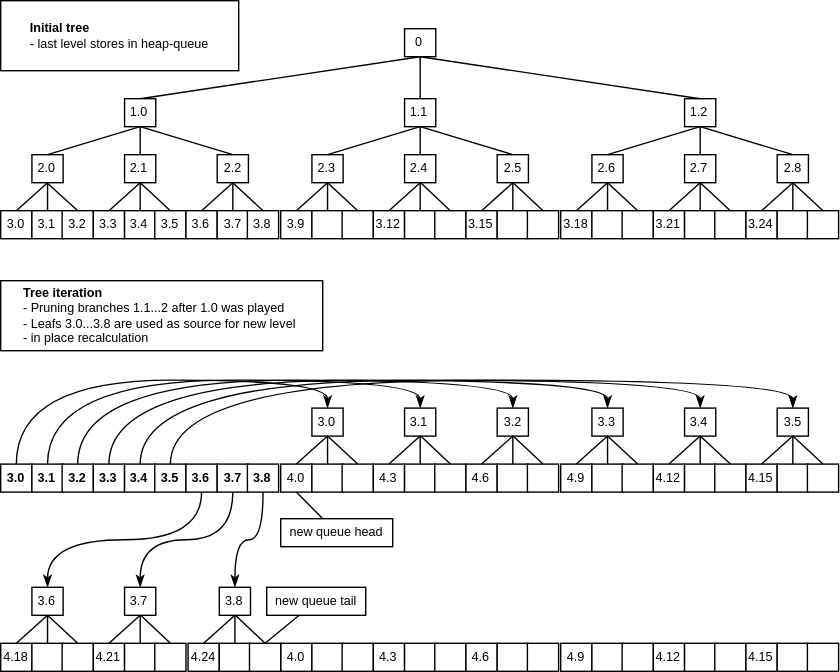
Horolsky/senet keeps this draw.io diagram as docs/drawio/tree_update.svg. Above is the earlier version. Source tidied: cells renumbered, new cells last; positions are measured from the earlier drawing's top-left corner, leaving out a move shared by most shapes.
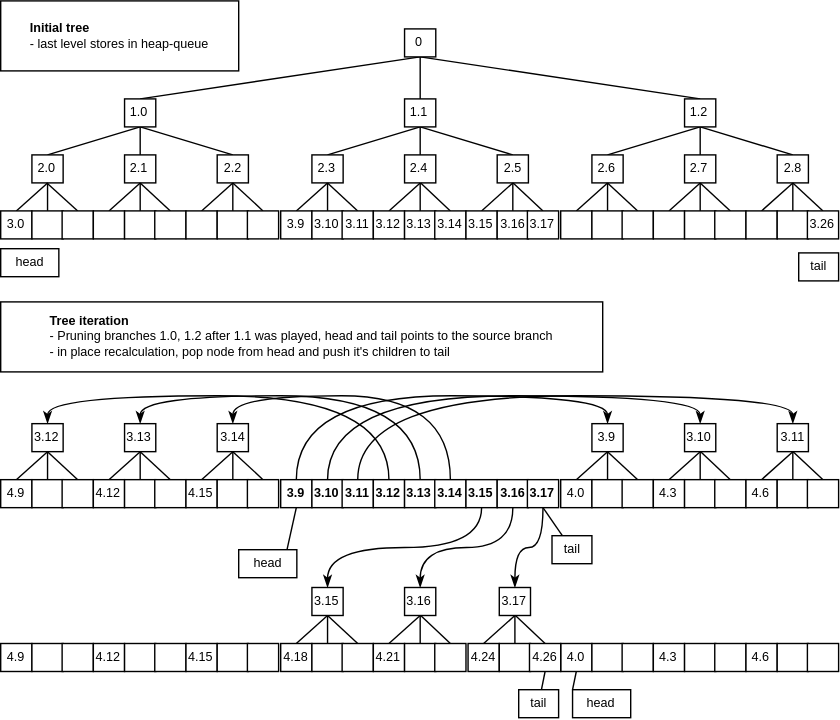
The same diagram one commit later.

Change to the diagram source:
```diff
@@ -27,6 +27,6 @@
     </mxCell>
-    <mxCell id="9" value="3.1&lt;span style=&quot;white-space: pre; font-size: 9px;&quot;&gt;&lt;/span&gt;" style="rounded=0;whiteSpace=wrap;html=1;fontSize=9;" parent="7" vertex="1">
+    <mxCell id="9" style="rounded=0;whiteSpace=wrap;html=1;fontSize=9;" parent="7" vertex="1">
       <mxGeometry x="22.3" width="22.3" height="20" as="geometry" />
     </mxCell>
-    <mxCell id="10" value="3.2" style="rounded=0;whiteSpace=wrap;html=1;fontSize=9;" parent="7" vertex="1">
+    <mxCell id="10" style="rounded=0;whiteSpace=wrap;html=1;fontSize=9;" parent="7" vertex="1">
       <mxGeometry x="43.9" width="22.3" height="20" as="geometry" />
@@ -51,9 +51,9 @@
     </mxCell>
-    <mxCell id="17" value="3.3" style="rounded=0;whiteSpace=wrap;html=1;fontSize=9;" parent="16" vertex="1">
+    <mxCell id="17" style="rounded=0;whiteSpace=wrap;html=1;fontSize=9;" parent="16" vertex="1">
       <mxGeometry width="22.3" height="20" as="geometry" />
     </mxCell>
-    <mxCell id="18" value="3.4" style="rounded=0;whiteSpace=wrap;html=1;fontSize=9;" parent="16" vertex="1">
+    <mxCell id="18" style="rounded=0;whiteSpace=wrap;html=1;fontSize=9;" parent="16" vertex="1">
       <mxGeometry x="22.3" width="22.3" height="20" as="geometry" />
     </mxCell>
-    <mxCell id="19" value="3.5" style="rounded=0;whiteSpace=wrap;html=1;fontSize=9;" parent="16" vertex="1">
+    <mxCell id="19" style="rounded=0;whiteSpace=wrap;html=1;fontSize=9;" parent="16" vertex="1">
       <mxGeometry x="43.9" width="22.3" height="20" as="geometry" />
@@ -78,9 +78,9 @@
     </mxCell>
-    <mxCell id="26" value="3.6" style="rounded=0;whiteSpace=wrap;html=1;fontSize=9;" parent="25" vertex="1">
+    <mxCell id="26" style="rounded=0;whiteSpace=wrap;html=1;fontSize=9;" parent="25" vertex="1">
       <mxGeometry width="22.3" height="20" as="geometry" />
     </mxCell>
-    <mxCell id="27" value="3.7" style="rounded=0;whiteSpace=wrap;html=1;fontSize=9;" parent="25" vertex="1">
+    <mxCell id="27" style="rounded=0;whiteSpace=wrap;html=1;fontSize=9;" parent="25" vertex="1">
       <mxGeometry x="22.3" width="22.3" height="20" as="geometry" />
     </mxCell>
-    <mxCell id="28" value="3.8" style="rounded=0;whiteSpace=wrap;html=1;fontSize=9;" parent="25" vertex="1">
+    <mxCell id="28" style="rounded=0;whiteSpace=wrap;html=1;fontSize=9;" parent="25" vertex="1">
       <mxGeometry x="43.9" width="22.3" height="20" as="geometry" />
@@ -114,6 +114,6 @@
     </mxCell>
-    <mxCell id="38" style="rounded=0;whiteSpace=wrap;html=1;fontSize=9;" parent="36" vertex="1">
+    <mxCell id="38" value="3.10" style="rounded=0;whiteSpace=wrap;html=1;fontSize=9;" parent="36" vertex="1">
       <mxGeometry x="22.3" width="22.3" height="20" as="geometry" />
     </mxCell>
-    <mxCell id="39" style="rounded=0;whiteSpace=wrap;html=1;fontSize=9;" parent="36" vertex="1">
+    <mxCell id="39" value="3.11" style="rounded=0;whiteSpace=wrap;html=1;fontSize=9;" parent="36" vertex="1">
       <mxGeometry x="43.9" width="22.3" height="20" as="geometry" />
@@ -143,6 +143,6 @@
     </mxCell>
-    <mxCell id="47" style="rounded=0;whiteSpace=wrap;html=1;fontSize=9;" parent="45" vertex="1">
+    <mxCell id="47" value="3.13" style="rounded=0;whiteSpace=wrap;html=1;fontSize=9;" parent="45" vertex="1">
       <mxGeometry x="22.3" width="22.3" height="20" as="geometry" />
     </mxCell>
-    <mxCell id="48" style="rounded=0;whiteSpace=wrap;html=1;fontSize=9;" parent="45" vertex="1">
+    <mxCell id="48" value="3.14" style="rounded=0;whiteSpace=wrap;html=1;fontSize=9;" parent="45" vertex="1">
       <mxGeometry x="43.9" width="22.3" height="20" as="geometry" />
@@ -172,6 +172,6 @@
     </mxCell>
-    <mxCell id="56" style="rounded=0;whiteSpace=wrap;html=1;fontSize=9;" parent="54" vertex="1">
+    <mxCell id="56" value="3.16" style="rounded=0;whiteSpace=wrap;html=1;fontSize=9;" parent="54" vertex="1">
       <mxGeometry x="22.3" width="22.3" height="20" as="geometry" />
     </mxCell>
-    <mxCell id="57" style="rounded=0;whiteSpace=wrap;html=1;fontSize=9;" parent="54" vertex="1">
+    <mxCell id="57" value="3.17" style="rounded=0;whiteSpace=wrap;html=1;fontSize=9;" parent="54" vertex="1">
       <mxGeometry x="43.9" width="22.3" height="20" as="geometry" />
@@ -202,3 +202,3 @@
     </mxCell>
-    <mxCell id="66" value="3.18" style="rounded=0;whiteSpace=wrap;html=1;fontSize=9;" parent="65" vertex="1">
+    <mxCell id="66" style="rounded=0;whiteSpace=wrap;html=1;fontSize=9;" parent="65" vertex="1">
       <mxGeometry width="22.3" height="20" as="geometry" />
@@ -229,3 +229,3 @@
     </mxCell>
-    <mxCell id="75" value="3.21" style="rounded=0;whiteSpace=wrap;html=1;fontSize=9;" parent="74" vertex="1">
+    <mxCell id="75" style="rounded=0;whiteSpace=wrap;html=1;fontSize=9;" parent="74" vertex="1">
       <mxGeometry width="22.3" height="20" as="geometry" />
@@ -256,3 +256,3 @@
     </mxCell>
-    <mxCell id="84" value="3.24" style="rounded=0;whiteSpace=wrap;html=1;fontSize=9;" parent="83" vertex="1">
+    <mxCell id="84" style="rounded=0;whiteSpace=wrap;html=1;fontSize=9;" parent="83" vertex="1">
       <mxGeometry width="22.3" height="20" as="geometry" />
@@ -262,3 +262,3 @@
     </mxCell>
-    <mxCell id="86" style="rounded=0;whiteSpace=wrap;html=1;fontSize=9;" parent="83" vertex="1">
+    <mxCell id="86" value="3.26" style="rounded=0;whiteSpace=wrap;html=1;fontSize=9;" parent="83" vertex="1">
       <mxGeometry x="43.9" width="22.3" height="20" as="geometry" />
@@ -274,15 +274,15 @@
     </mxCell>
-    <mxCell id="90" value="&lt;div align=&quot;left&quot;&gt;&lt;b&gt;Tree iteration&lt;/b&gt;&lt;/div&gt;&lt;div align=&quot;left&quot;&gt;- Pruning branches 1.1...2 after 1.0 was played&lt;br&gt;&lt;/div&gt;&lt;div align=&quot;left&quot;&gt;- Leafs 3.0...3.8 are used as source for new level&amp;nbsp;&lt;/div&gt;&lt;div align=&quot;left&quot;&gt;- in place recalculation&lt;/div&gt;" style="rounded=0;whiteSpace=wrap;html=1;fontSize=9;" parent="1" vertex="1">
-      <mxGeometry y="200" width="230" height="50" as="geometry" />
+    <mxCell id="90" value="&lt;div align=&quot;left&quot;&gt;&lt;b&gt;Tree iteration&lt;/b&gt;&lt;/div&gt;&lt;div align=&quot;left&quot;&gt;- Pruning branches 1.0, 1.2 after 1.1 was played, head and tail points to the source branch&lt;/div&gt;&lt;div align=&quot;left&quot;&gt;- in place recalculation, pop node from head and push it's children to tail&lt;/div&gt;" style="rounded=0;whiteSpace=wrap;html=1;fontSize=9;" parent="1" vertex="1">
+      <mxGeometry y="215" width="430" height="50" as="geometry" />
     </mxCell>
     <mxCell id="91" style="group;fontSize=9;fontStyle=1;" parent="1" vertex="1">
-      <mxGeometry y="331" width="66.2" height="20" as="geometry" />
+      <mxGeometry x="200" y="342" width="66.2" height="20" as="geometry" />
     </mxCell>
-    <mxCell id="92" value="3.0" style="rounded=0;whiteSpace=wrap;html=1;fontSize=9;fontStyle=1;" parent="91" vertex="1">
+    <mxCell id="92" value="3.9" style="rounded=0;whiteSpace=wrap;html=1;fontSize=9;fontStyle=1;" parent="91" vertex="1">
       <mxGeometry width="22.3" height="20" as="geometry" />
     </mxCell>
-    <mxCell id="93" value="3.1&lt;span style=&quot;white-space: pre; font-size: 9px;&quot;&gt;&lt;/span&gt;" style="rounded=0;whiteSpace=wrap;html=1;fontSize=9;fontStyle=1;" parent="91" vertex="1">
+    <mxCell id="93" value="3.10&lt;span style=&quot;white-space: pre ; font-size: 9px&quot;&gt;&lt;/span&gt;" style="rounded=0;whiteSpace=wrap;html=1;fontSize=9;fontStyle=1;" parent="91" vertex="1">
       <mxGeometry x="22.3" width="22.3" height="20" as="geometry" />
     </mxCell>
-    <mxCell id="94" value="3.2" style="rounded=0;whiteSpace=wrap;html=1;fontSize=9;fontStyle=1;" parent="91" vertex="1">
+    <mxCell id="94" value="3.11" style="rounded=0;whiteSpace=wrap;html=1;fontSize=9;fontStyle=1;" parent="91" vertex="1">
       <mxGeometry x="43.9" width="22.3" height="20" as="geometry" />
@@ -290,11 +290,11 @@
     <mxCell id="95" style="group;fontSize=9;fontStyle=1;" parent="1" vertex="1">
-      <mxGeometry x="66.2" y="331" width="66.2" height="20" as="geometry" />
+      <mxGeometry x="266.2" y="342" width="66.2" height="20" as="geometry" />
     </mxCell>
-    <mxCell id="96" value="3.3" style="rounded=0;whiteSpace=wrap;html=1;fontSize=9;fontStyle=1;" parent="95" vertex="1">
+    <mxCell id="96" value="3.12" style="rounded=0;whiteSpace=wrap;html=1;fontSize=9;fontStyle=1;" parent="95" vertex="1">
       <mxGeometry width="22.3" height="20" as="geometry" />
     </mxCell>
-    <mxCell id="97" value="3.4" style="rounded=0;whiteSpace=wrap;html=1;fontSize=9;fontStyle=1;" parent="95" vertex="1">
+    <mxCell id="97" value="3.13" style="rounded=0;whiteSpace=wrap;html=1;fontSize=9;fontStyle=1;" parent="95" vertex="1">
       <mxGeometry x="22.3" width="22.3" height="20" as="geometry" />
     </mxCell>
-    <mxCell id="98" value="3.5" style="rounded=0;whiteSpace=wrap;html=1;fontSize=9;fontStyle=1;" parent="95" vertex="1">
+    <mxCell id="98" value="3.14" style="rounded=0;whiteSpace=wrap;html=1;fontSize=9;fontStyle=1;" parent="95" vertex="1">
       <mxGeometry x="43.9" width="22.3" height="20" as="geometry" />
@@ -302,11 +302,11 @@
     <mxCell id="99" style="group;fontSize=9;fontStyle=1;" parent="1" vertex="1">
-      <mxGeometry x="132.3" y="331" width="66.2" height="20" as="geometry" />
+      <mxGeometry x="332.3" y="342" width="66.2" height="20" as="geometry" />
     </mxCell>
-    <mxCell id="100" value="3.6" style="rounded=0;whiteSpace=wrap;html=1;fontSize=9;fontStyle=1;" parent="99" vertex="1">
+    <mxCell id="100" value="3.15" style="rounded=0;whiteSpace=wrap;html=1;fontSize=9;fontStyle=1;" parent="99" vertex="1">
       <mxGeometry width="22.3" height="20" as="geometry" />
     </mxCell>
-    <mxCell id="101" value="3.7" style="rounded=0;whiteSpace=wrap;html=1;fontSize=9;fontStyle=1;" parent="99" vertex="1">
+    <mxCell id="101" value="3.16" style="rounded=0;whiteSpace=wrap;html=1;fontSize=9;fontStyle=1;" parent="99" vertex="1">
       <mxGeometry x="22.3" width="22.3" height="20" as="geometry" />
     </mxCell>
-    <mxCell id="102" value="3.8" style="rounded=0;whiteSpace=wrap;html=1;fontSize=9;fontStyle=1;" parent="99" vertex="1">
+    <mxCell id="102" value="3.17" style="rounded=0;whiteSpace=wrap;html=1;fontSize=9;fontStyle=1;" parent="99" vertex="1">
       <mxGeometry x="43.9" width="22.3" height="20" as="geometry" />
@@ -316,4 +316,4 @@
     </mxCell>
-    <mxCell id="104" value="3.0" style="rounded=0;whiteSpace=wrap;html=1;fontSize=9;" parent="1" vertex="1">
-      <mxGeometry x="222.3" y="291" width="22.3" height="20" as="geometry" />
+    <mxCell id="104" value="3.9" style="rounded=0;whiteSpace=wrap;html=1;fontSize=9;" parent="1" vertex="1">
+      <mxGeometry x="422.3" y="302" width="22.3" height="20" as="geometry" />
     </mxCell>
@@ -326,3 +326,3 @@
     <mxCell id="107" style="group;fontSize=9;" parent="1" vertex="1">
-      <mxGeometry x="200" y="331" width="66.2" height="20" as="geometry" />
+      <mxGeometry x="400" y="342" width="66.2" height="20" as="geometry" />
     </mxCell>
@@ -340,4 +340,4 @@
     </mxCell>
-    <mxCell id="112" value="3.1" style="rounded=0;whiteSpace=wrap;html=1;fontSize=9;" parent="1" vertex="1">
-      <mxGeometry x="288.5" y="291" width="22.3" height="20" as="geometry" />
+    <mxCell id="112" value="3.10" style="rounded=0;whiteSpace=wrap;html=1;fontSize=9;" parent="1" vertex="1">
+      <mxGeometry x="488.5" y="302" width="22.3" height="20" as="geometry" />
     </mxCell>
@@ -345,3 +345,3 @@
       <mxGeometry relative="1" as="geometry">
-        <mxPoint x="300" y="311" as="sourcePoint" />
+        <mxPoint x="500" y="322" as="sourcePoint" />
       </mxGeometry>
@@ -352,3 +352,3 @@
     <mxCell id="115" style="group;fontSize=9;" parent="1" vertex="1">
-      <mxGeometry x="266.2" y="331" width="66.2" height="20" as="geometry" />
+      <mxGeometry x="466.2" y="342" width="66.2" height="20" as="geometry" />
     </mxCell>
@@ -366,4 +366,4 @@
     </mxCell>
-    <mxCell id="120" value="3.2" style="rounded=0;whiteSpace=wrap;html=1;fontSize=9;" parent="1" vertex="1">
-      <mxGeometry x="354.6" y="291" width="22.3" height="20" as="geometry" />
+    <mxCell id="120" value="3.11" style="rounded=0;whiteSpace=wrap;html=1;fontSize=9;" parent="1" vertex="1">
+      <mxGeometry x="554.6" y="302" width="22.3" height="20" as="geometry" />
     </mxCell>
@@ -371,3 +371,3 @@
       <mxGeometry relative="1" as="geometry">
-        <mxPoint x="366" y="311" as="sourcePoint" />
+        <mxPoint x="566" y="322" as="sourcePoint" />
       </mxGeometry>
@@ -378,3 +378,3 @@
     <mxCell id="123" style="group;fontSize=9;" parent="1" vertex="1">
-      <mxGeometry x="332.3" y="331" width="66.2" height="20" as="geometry" />
+      <mxGeometry x="532.3" y="342" width="66.2" height="20" as="geometry" />
     </mxCell>
@@ -392,4 +392,4 @@
     </mxCell>
-    <mxCell id="128" value="3.3" style="rounded=0;whiteSpace=wrap;html=1;fontSize=9;" parent="1" vertex="1">
-      <mxGeometry x="422.3" y="291" width="22.3" height="20" as="geometry" />
+    <mxCell id="128" value="3.12" style="rounded=0;whiteSpace=wrap;html=1;fontSize=9;" parent="1" vertex="1">
+      <mxGeometry x="22.3" y="302" width="22.3" height="20" as="geometry" />
     </mxCell>
@@ -402,3 +402,3 @@
     <mxCell id="131" style="group;fontSize=9;" parent="1" vertex="1">
-      <mxGeometry x="400" y="331" width="66.2" height="20" as="geometry" />
+      <mxGeometry y="342" width="66.2" height="20" as="geometry" />
     </mxCell>
@@ -416,4 +416,4 @@
     </mxCell>
-    <mxCell id="136" value="3.4" style="rounded=0;whiteSpace=wrap;html=1;fontSize=9;" parent="1" vertex="1">
-      <mxGeometry x="488.5" y="291" width="22.3" height="20" as="geometry" />
+    <mxCell id="136" value="3.13" style="rounded=0;whiteSpace=wrap;html=1;fontSize=9;" parent="1" vertex="1">
+      <mxGeometry x="88.5" y="302" width="22.3" height="20" as="geometry" />
     </mxCell>
@@ -426,3 +426,3 @@
     <mxCell id="139" style="group;fontSize=9;" parent="1" vertex="1">
-      <mxGeometry x="466.2" y="331" width="66.2" height="20" as="geometry" />
+      <mxGeometry x="66.2" y="342" width="66.2" height="20" as="geometry" />
     </mxCell>
@@ -440,4 +440,4 @@
     </mxCell>
-    <mxCell id="144" value="3.5" style="rounded=0;whiteSpace=wrap;html=1;fontSize=9;" parent="1" vertex="1">
-      <mxGeometry x="554.6" y="291" width="22.3" height="20" as="geometry" />
+    <mxCell id="144" value="3.14" style="rounded=0;whiteSpace=wrap;html=1;fontSize=9;" parent="1" vertex="1">
+      <mxGeometry x="154.6" y="302" width="22.3" height="20" as="geometry" />
     </mxCell>
@@ -450,3 +450,3 @@
     <mxCell id="147" style="group;fontSize=9;" parent="1" vertex="1">
-      <mxGeometry x="532.3" y="331" width="66.2" height="20" as="geometry" />
+      <mxGeometry x="132.3" y="342" width="66.2" height="20" as="geometry" />
     </mxCell>
@@ -462,3 +462,3 @@
     <mxCell id="151" style="group;fontSize=9;" parent="1" vertex="1">
-      <mxGeometry x="200" y="459" width="66.2" height="20" as="geometry" />
+      <mxGeometry x="400" y="459" width="66.2" height="20" as="geometry" />
     </mxCell>
@@ -474,3 +474,3 @@
     <mxCell id="155" style="group;fontSize=9;" parent="1" vertex="1">
-      <mxGeometry x="266.2" y="459" width="66.2" height="20" as="geometry" />
+      <mxGeometry x="466.2" y="459" width="66.2" height="20" as="geometry" />
     </mxCell>
@@ -486,3 +486,3 @@
     <mxCell id="159" style="group;fontSize=9;" parent="1" vertex="1">
-      <mxGeometry x="332.3" y="459" width="66.2" height="20" as="geometry" />
+      <mxGeometry x="532.3" y="459" width="66.2" height="20" as="geometry" />
     </mxCell>
@@ -498,3 +498,3 @@
     <mxCell id="163" style="group;fontSize=9;" parent="1" vertex="1">
-      <mxGeometry x="400" y="459" width="66.2" height="20" as="geometry" />
+      <mxGeometry y="459" width="66.2" height="20" as="geometry" />
     </mxCell>
@@ -510,3 +510,3 @@
     <mxCell id="167" style="group;fontSize=9;" parent="1" vertex="1">
-      <mxGeometry x="466.2" y="459" width="66.2" height="20" as="geometry" />
+      <mxGeometry x="66.2" y="459" width="66.2" height="20" as="geometry" />
     </mxCell>
@@ -522,3 +522,3 @@
     <mxCell id="171" style="group;fontSize=9;" parent="1" vertex="1">
-      <mxGeometry x="532.3" y="459" width="66.2" height="20" as="geometry" />
+      <mxGeometry x="132.3" y="459" width="66.2" height="20" as="geometry" />
     </mxCell>
@@ -536,4 +536,4 @@
     </mxCell>
-    <mxCell id="176" value="3.6" style="rounded=0;whiteSpace=wrap;html=1;fontSize=9;" parent="1" vertex="1">
-      <mxGeometry x="22.3" y="419" width="22.3" height="20" as="geometry" />
+    <mxCell id="176" value="3.15" style="rounded=0;whiteSpace=wrap;html=1;fontSize=9;" parent="1" vertex="1">
+      <mxGeometry x="222.3" y="419" width="22.3" height="20" as="geometry" />
     </mxCell>
@@ -546,3 +546,3 @@
     <mxCell id="179" style="group;fontSize=9;" parent="1" vertex="1">
-      <mxGeometry y="459" width="66.2" height="20" as="geometry" />
+      <mxGeometry x="200" y="459" width="66.2" height="20" as="geometry" />
     </mxCell>
@@ -560,4 +560,4 @@
     </mxCell>
-    <mxCell id="184" value="3.7" style="rounded=0;whiteSpace=wrap;html=1;fontSize=9;" parent="1" vertex="1">
-      <mxGeometry x="88.5" y="419" width="22.3" height="20" as="geometry" />
+    <mxCell id="184" value="3.16" style="rounded=0;whiteSpace=wrap;html=1;fontSize=9;" parent="1" vertex="1">
+      <mxGeometry x="288.5" y="419" width="22.3" height="20" as="geometry" />
     </mxCell>
@@ -565,3 +565,3 @@
       <mxGeometry relative="1" as="geometry">
-        <mxPoint x="100" y="439" as="sourcePoint" />
+        <mxPoint x="300" y="439" as="sourcePoint" />
       </mxGeometry>
@@ -572,3 +572,3 @@
     <mxCell id="187" style="group;fontSize=9;" parent="1" vertex="1">
-      <mxGeometry x="66.2" y="459" width="66.2" height="20" as="geometry" />
+      <mxGeometry x="266.2" y="459" width="66.2" height="20" as="geometry" />
     </mxCell>
@@ -586,4 +586,4 @@
     </mxCell>
-    <mxCell id="192" value="3.8" style="rounded=0;whiteSpace=wrap;html=1;fontSize=9;" parent="1" vertex="1">
-      <mxGeometry x="156.1" y="419" width="22.3" height="20" as="geometry" />
+    <mxCell id="192" value="3.17" style="rounded=0;whiteSpace=wrap;html=1;fontSize=9;" parent="1" vertex="1">
+      <mxGeometry x="356.1" y="419" width="22.3" height="20" as="geometry" />
     </mxCell>
@@ -591,3 +591,3 @@
       <mxGeometry relative="1" as="geometry">
-        <mxPoint x="167.7" y="439" as="sourcePoint" />
+        <mxPoint x="367.7" y="439" as="sourcePoint" />
       </mxGeometry>
@@ -598,3 +598,3 @@
     <mxCell id="195" style="group;fontSize=9;" parent="1" vertex="1">
-      <mxGeometry x="133.8" y="459" width="66.2" height="20" as="geometry" />
+      <mxGeometry x="333.8" y="459" width="66.2" height="20" as="geometry" />
     </mxCell>
@@ -606,9 +606,9 @@
     </mxCell>
-    <mxCell id="198" style="rounded=0;whiteSpace=wrap;html=1;fontSize=9;" parent="195" vertex="1">
+    <mxCell id="198" value="4.26" style="rounded=0;whiteSpace=wrap;html=1;fontSize=9;" parent="195" vertex="1">
       <mxGeometry x="43.9" width="22.3" height="20" as="geometry" />
     </mxCell>
-    <mxCell id="199" value="new queue head" style="rounded=0;whiteSpace=wrap;html=1;fontSize=9;" parent="1" vertex="1">
-      <mxGeometry x="200" y="370" width="80" height="20" as="geometry" />
+    <mxCell id="199" value="head" style="rounded=0;whiteSpace=wrap;html=1;fontSize=9;" parent="1" vertex="1">
+      <mxGeometry x="408.5" y="492" width="41.5" height="20" as="geometry" />
     </mxCell>
-    <mxCell id="200" style="edgeStyle=none;rounded=0;jettySize=auto;html=1;fontSize=9;endArrow=none;endFill=0;exitX=0.5;exitY=1;exitDx=0;exitDy=0;" parent="1" edge="1" source="108" target="199">
+    <mxCell id="200" style="edgeStyle=none;rounded=0;jettySize=auto;html=1;fontSize=9;endArrow=none;endFill=0;exitX=0.5;exitY=1;exitDx=0;exitDy=0;entryX=0;entryY=0;entryDx=0;entryDy=0;" parent="1" edge="1" source="152" target="199">
       <mxGeometry relative="1" as="geometry" />
@@ -645,8 +645,28 @@
     </mxCell>
-    <mxCell id="211" value="new queue tail" style="rounded=0;whiteSpace=wrap;html=1;fontSize=9;" parent="1" vertex="1">
-      <mxGeometry x="190" y="419" width="70.7" height="20" as="geometry" />
+    <mxCell id="211" value="tail" style="rounded=0;whiteSpace=wrap;html=1;fontSize=9;" parent="1" vertex="1">
+      <mxGeometry x="370" y="492" width="28.5" height="20" as="geometry" />
     </mxCell>
-    <mxCell id="212" style="rounded=0;jettySize=auto;html=1;endArrow=none;endFill=0;exitX=0.5;exitY=0;exitDx=0;exitDy=0;" parent="1" edge="1" source="198" target="211">
+    <mxCell id="212" style="rounded=0;jettySize=auto;html=1;endArrow=none;endFill=0;exitX=0.5;exitY=1;exitDx=0;exitDy=0;" parent="1" edge="1" source="198" target="211">
       <mxGeometry relative="1" as="geometry" />
     </mxCell>
+    <mxCell id="213" style="rounded=0;jettySize=auto;html=1;entryX=0.5;entryY=1;entryDx=0;entryDy=0;endArrow=none;endFill=0;" parent="1" edge="1" target="92">
+      <mxGeometry relative="1" as="geometry">
+        <mxPoint x="204.5" y="392" as="sourcePoint" />
+      </mxGeometry>
+    </mxCell>
+    <mxCell id="214" style="edgeStyle=none;rounded=0;jettySize=auto;html=1;endArrow=none;endFill=0;entryX=0.5;entryY=1;entryDx=0;entryDy=0;" parent="1" edge="1" source="215" target="102">
+      <mxGeometry relative="1" as="geometry" />
+    </mxCell>
+    <mxCell id="215" value="tail" style="rounded=0;whiteSpace=wrap;html=1;fontSize=9;" parent="1" vertex="1">
+      <mxGeometry x="393.8" y="382" width="28.5" height="20" as="geometry" />
+    </mxCell>
+    <mxCell id="216" value="head" style="rounded=0;whiteSpace=wrap;html=1;fontSize=9;" parent="1" vertex="1">
+      <mxGeometry x="170" y="392" width="41.5" height="20" as="geometry" />
+    </mxCell>
+    <mxCell id="217" value="head" style="rounded=0;whiteSpace=wrap;html=1;fontSize=9;" parent="1" vertex="1">
+      <mxGeometry y="177" width="41.5" height="20" as="geometry" />
+    </mxCell>
+    <mxCell id="218" value="tail" style="rounded=0;whiteSpace=wrap;html=1;fontSize=9;" parent="1" vertex="1">
+      <mxGeometry x="570" y="180" width="28.5" height="20" as="geometry" />
+    </mxCell>
   </root>
```
